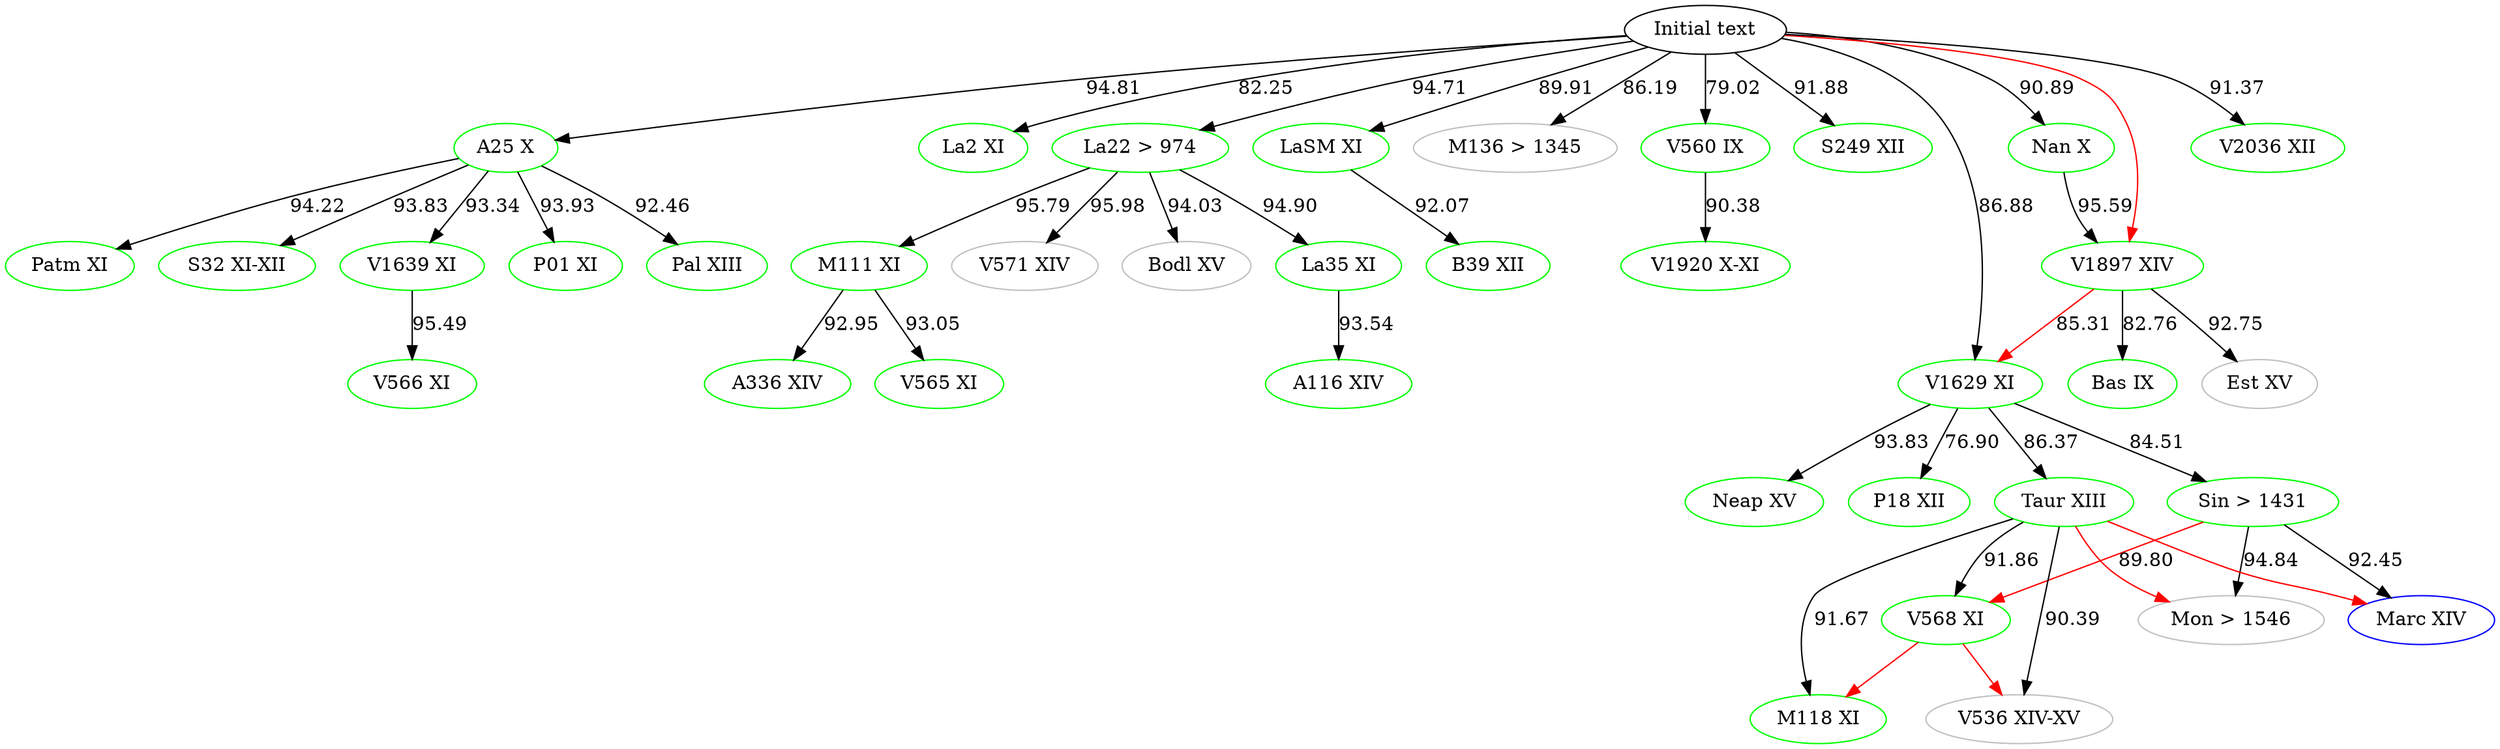
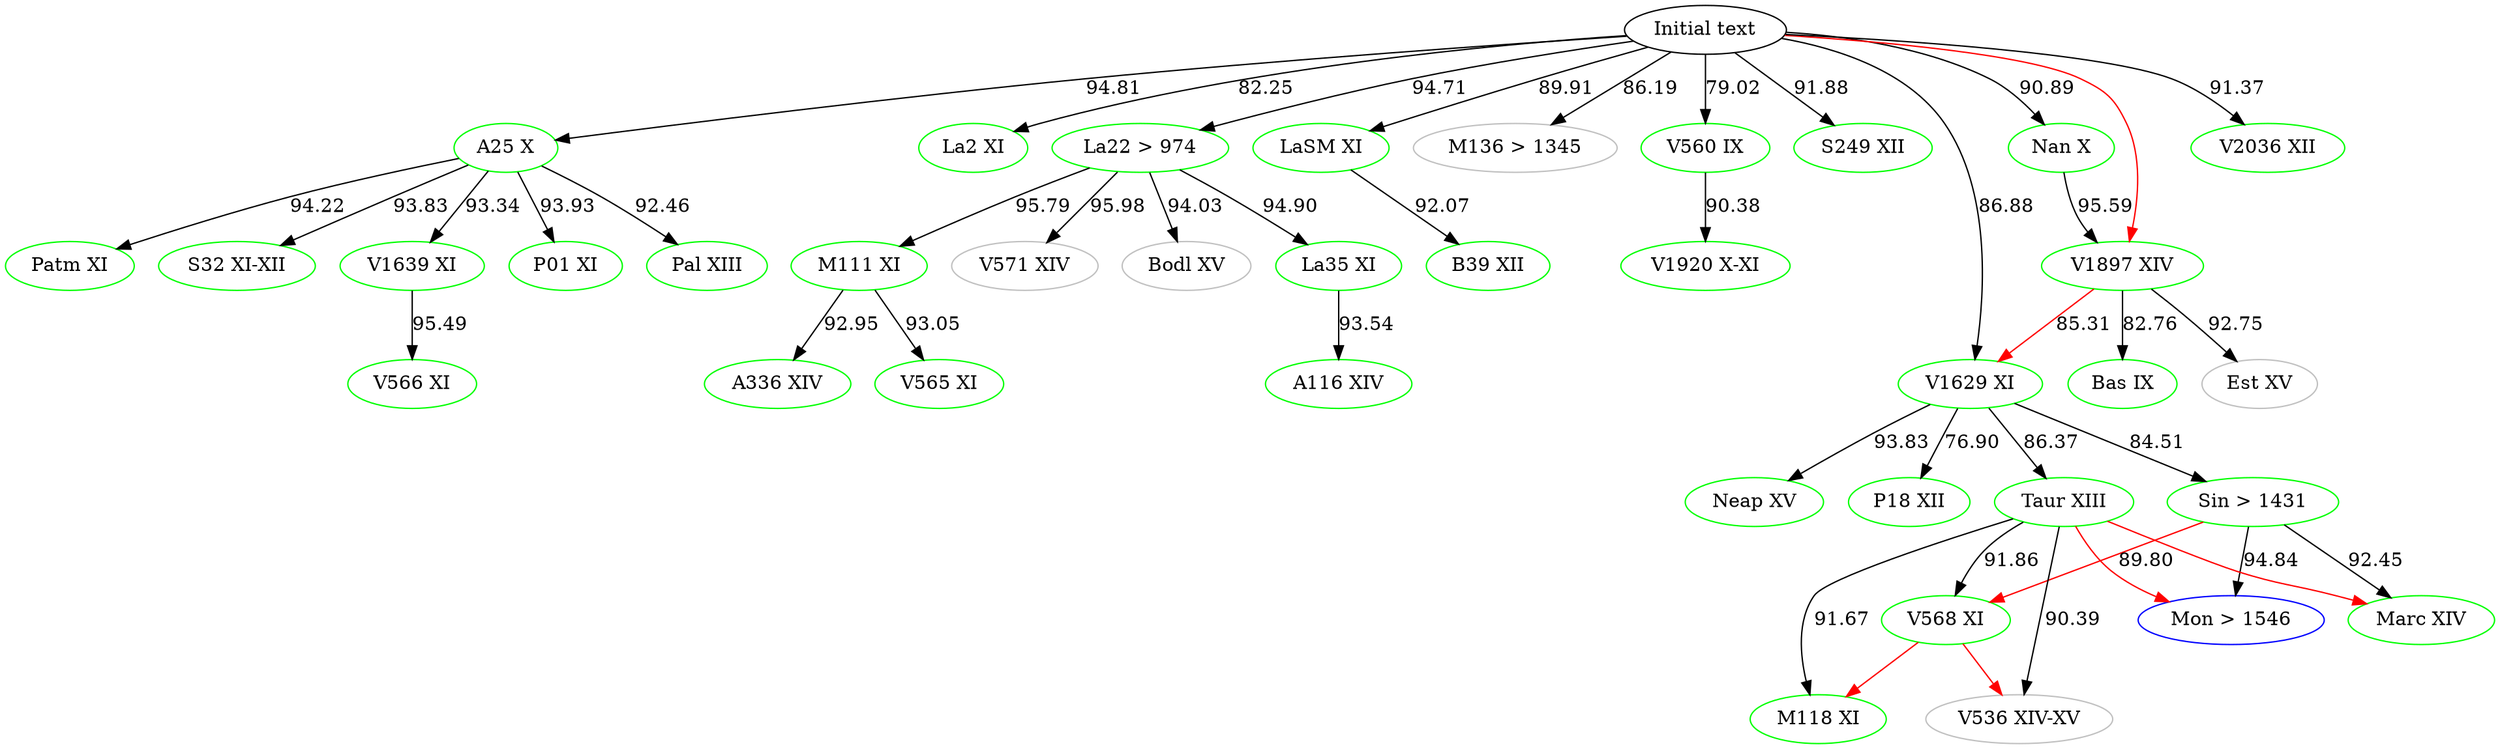
digraph {

    #Top [color="black", label="ω"]
    aBase [color="black", label="Initial text"]
    # Top [color="black", label="Initial text"]
	A116 [label="A116 XIV", color="green"]
	A25 [label="A25 X", color="green"]
	A336 [label="A336 XIV", color="green"]
	B39 [label="B39 XII", color="green"]
	Bas [label="Bas IX", color="green"]
	Bodl [label="Bodl XV", color="grey"]
	Est [label="Est XV", color="grey"]
	La2 [label="La2 XI", color="green"]
	La22 [label="La22 > 974", color="green"]
	La35 [label="La35 XI", color="green"]
	LaSM [label="LaSM XI", color="green"]
	M111 [label="M111 XI", color="green"]
    M118 [label="M118 XI", color="green"]
    M136 [label="M136 > 1345", color="grey"]
-     Marc [label="Marc XIV", color="blue"]
-     Mon [label="Mon > 1546", color="grey"]
+     Marc [label="Marc XIV", color="green"]
+     Mon [label="Mon > 1546", color="blue"]
	Nan [label="Nan X", color="green"]
    Neap [label="Neap XV", color="green"]
    P01 [label="P01 XI", color="green"]
    P18 [label="P18 XII", color="green"]
	Pal [label="Pal XIII", color="green"]
	Patm [label="Patm XI", color="green"]
    Sin [label="Sin > 1431", color="green"]
	S32 [label="S32 XI-XII", color="green"]
    S249 [label="S249 XII", color="green"]
    Taur [label="Taur XIII", color="green"]
    V536 [label="V536 XIV-XV", color="grey"]
	V560 [label="V560 IX", color="green"]
	V565 [label="V565 XI", color="green"]
	V566 [label="V566 XI", color="green"]
	V568 [label="V568 XI", color="green"]
	V571 [label="V571 XIV", color="grey"]
    V1629 [label="V1629 XI", color="green"]
	V1639 [label="V1639 XI", color="green"]
	V1897 [label="V1897 XIV", color="green"]
	V1920 [label="V1920 X-XI", color="green"]
    V2036 [label="V2036 XII", color="green"]




    #Top -> aBase
    aBase -> A25 [label="94.81"]
    aBase -> M136 [label="86.19"]
    aBase -> V2036 [label="91.37"]
    # V2036 -> Patm [label="91.14", color="blue"]
    aBase -> V1629 [label="86.88"]
    aBase -> V560[label="79.02"]
    aBase -> La2 [label="82.25"]
    aBase -> S249 [label="91.88"]
    aBase -> LaSM [label="89.91"]
	aBase -> La22 [label="94.71"]
    aBase -> Nan [label="90.89"]

	# A25 -> M136 [label="85.50"]
    # M136 -> A25 [label="85.50" color="blue"]
	A25 -> Pal [label="92.46"]
	A25 -> P01 [label="93.93"]
    A25 -> V1639 [label="93.34"]
    A25 -> S32 [label="93.83"]
    A25 -> Patm [label="94.22"]

    #A25 -> La2 [color="red"]
    #A25 -> V566[color="red"]
    #A25 -> LaSM[color="red"]
    #A25 -> La22[color="red"]
    #A25 -> M136[color="red"]
    #A25 -> Nan[color="red"]
    #A25 -> S249[color="red"]
    #A25 -> V2036[color="red"]

    #aBase -> P01 [color="red"]
    #aBase -> Pal [color="red"]
    #aBase -> Patm [color="red"]
    #aBase -> La35[color="red"]
    #aBase -> B39[color="red"]
    #aBase -> V1920[color="red"]
    aBase -> V1897[color="red"]
    #aBase -> Neap[color="red"]

    #Bodl -> V1639[color="red"]
    #Patm -> S32[color="red"]
    #Patm -> V560[color="red"]

    #La22 -> A116[color="red"]
    #La22 -> V565[color="red"]
    #La22 -> A336[color="red"]

    Taur -> Mon[color="red"]
    Taur -> Marc[color="red"]

    Sin -> V568[label="89.80" color="red"]

    V568 -> V536[color="red"]
    V568 -> M118[color="red"]

    #V571 -> Bodl[color="red"]
    #M111 -> V571[color="red"]
    #La35 -> M111[color="red"]
    V1897 -> V1629[label="85.31" color="red"]
    #Nan -> Bas[color="red"]
    #Nan -> Est[color="red"]
    #Neap -> Taur[color="red"]
    #Neap -> Sin[color="red"]
   #Neap -> P18[color="red"]




	V1639 -> V566 [label="95.49"]

	La22 -> La35 [label= "94.90"]
	La22 -> M111 [label="95.79"]
	La22 -> Bodl [label="94.03"]
    La22 -> V571 [label="95.98"]

	La35 -> A116 [label="93.54"]

	M111 -> V565 [label="93.05"]
	M111 -> A336 [label="92.95"]



	Sin -> Marc [label="92.45"]

	V1629 -> Neap [label="93.83"]
	V1629 -> Sin [label="84.51"]
	V1629 -> Taur [label="86.37"]
    V1629 -> P18 [label="76.90"]

	Taur -> V568 [label="91.86"]
	Taur -> M118 [label="91.67"]
	Taur -> V536 [label="90.39"]
    # Taur -> Marc [color="blue" label="91.96"]
    # Marc -> Mon [color="blue" label="94.12"]
	Sin -> Mon [label="94.84"]

	V560 -> V1920 [label="90.38"]

	V1897 -> Est [label="92.75"]
    V1897 -> Bas [label="82.76"]

    Nan -> V1897 [label="95.59"]



    LaSM -> B39 [label="92.07"]



}

